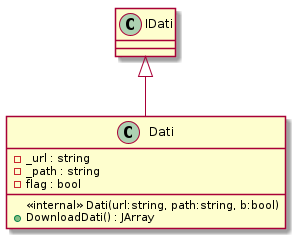
Above: uml/Properties/Proxy/Dati.png in Matteoserafini-lab/PMO_Proj-DatiCovid (PlantUML), before the change.
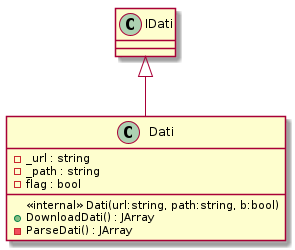
The same diagram one commit later.

Change to the diagram source:
```diff
@@ -5,6 +5,7 @@
     - flag : bool
     <<internal>> Dati(url:string, path:string, b:bool)
     + DownloadDati() : JArray
+    - ParseDati() : JArray
 }
 IDati <|-- Dati
 @enduml
```
